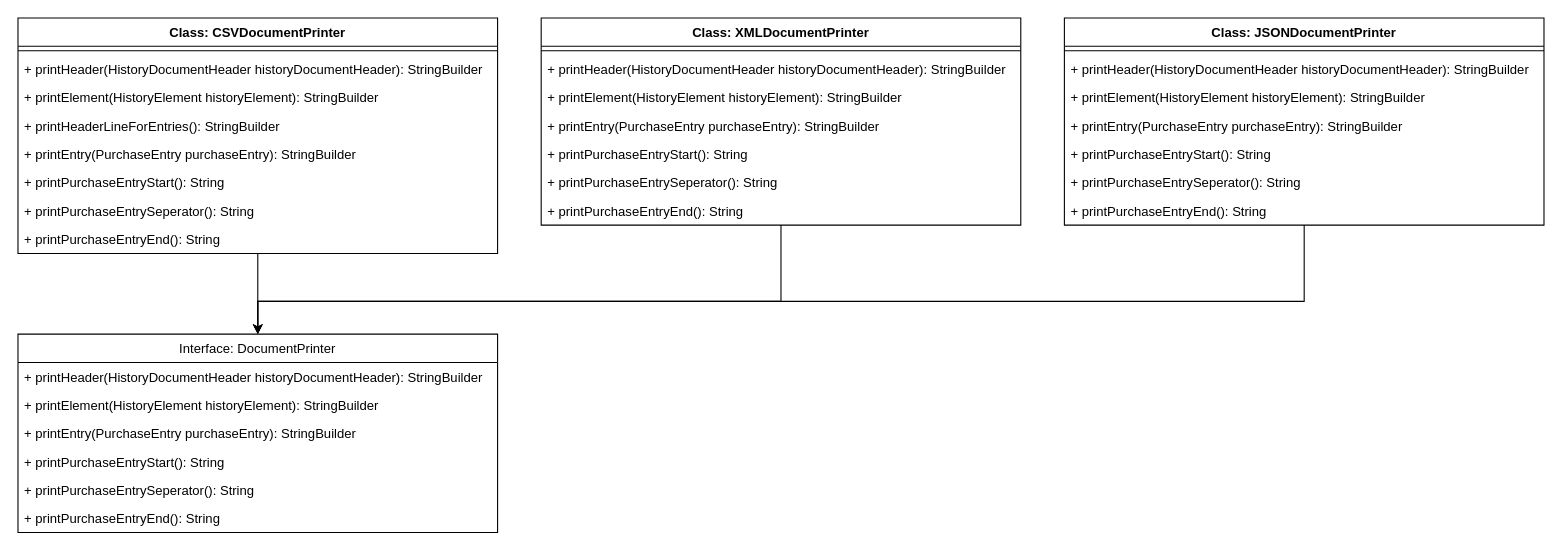
Before: page "OCP-1" (4 of 15) of file/ASE_Diagramme.drawio in Nilsksk/Costtracker, a draw.io diagram. Source tidied: cells renumbered, new cells numbered last; positions are measured from the earlier drawing's top-left corner, leaving out a move shared by most shapes. Both pictures are drawn from the tidied source at 109%, with x=0, y=0 at pixel (17, 17).
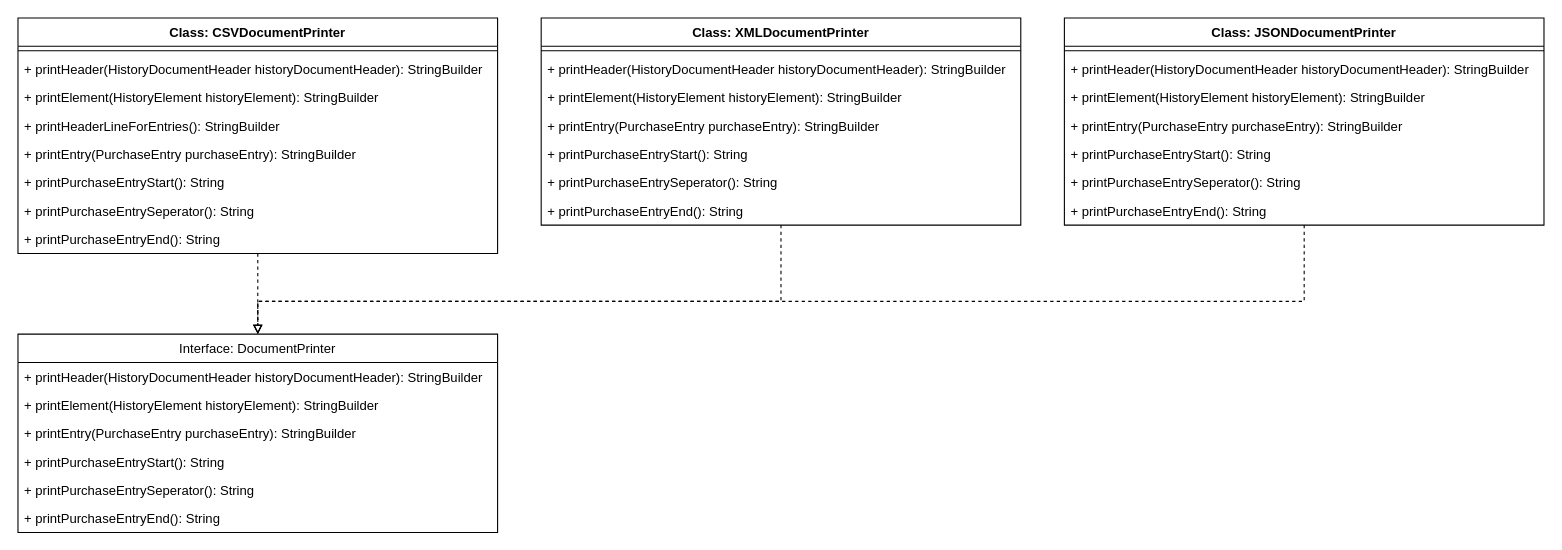
Above is the later version.

The change refers to these unchanged cells:
```xml
<mxCell id="3" value="Class: CSVDocumentPrinter" style="swimlane;fontStyle=1;align=center;verticalAlign=top;horizontal=1;startSize=26;" parent="1" vertex="1">
  <mxGeometry width="440" height="216" as="geometry" />
</mxCell>
<mxCell id="12" value="Interface: DocumentPrinter" style="swimlane;fontStyle=0;horizontal=1;startSize=26;fillColor=none;" parent="1" vertex="1">
  <mxGeometry y="290" width="440" height="182" as="geometry" />
</mxCell>
<mxCell id="20" value="Class: XMLDocumentPrinter" style="swimlane;fontStyle=1;align=center;verticalAlign=top;horizontal=1;startSize=26;" parent="1" vertex="1">
  <mxGeometry x="480" width="440" height="190" as="geometry" />
</mxCell>
<mxCell id="29" value="Class: JSONDocumentPrinter" style="swimlane;fontStyle=1;align=center;verticalAlign=top;horizontal=1;startSize=26;" parent="1" vertex="1">
  <mxGeometry x="960" width="440" height="190" as="geometry" />
</mxCell>
```

The edit, as a diff of the source:
```diff
@@
-    <mxCell id="2" style="edgeStyle=orthogonalEdgeStyle;rounded=0;jettySize=auto;html=1;entryX=0.5;entryY=0;entryDx=0;entryDy=0;" parent="1" edge="1" source="3" target="12">
+    <mxCell id="2" style="edgeStyle=orthogonalEdgeStyle;rounded=0;jettySize=auto;html=1;entryX=0.5;entryY=0;entryDx=0;entryDy=0;endArrow=block;endFill=0;dashed=1;" parent="1" edge="1" source="3" target="12">
       <mxGeometry relative="1" as="geometry" />
     </mxCell>
@@
-    <mxCell id="19" style="edgeStyle=orthogonalEdgeStyle;rounded=0;jettySize=auto;html=1;entryX=0.5;entryY=0;entryDx=0;entryDy=0;" parent="1" edge="1" source="20" target="12">
+    <mxCell id="19" style="edgeStyle=orthogonalEdgeStyle;rounded=0;jettySize=auto;html=1;entryX=0.5;entryY=0;entryDx=0;entryDy=0;dashed=1;endArrow=block;endFill=0;" parent="1" edge="1" source="20" target="12">
       <mxGeometry relative="1" as="geometry">
         <Array as="points">
           <mxPoint x="700" y="260" />
           <mxPoint x="220" y="260" />
         </Array>
       </mxGeometry>
     </mxCell>
@@
-    <mxCell id="28" style="edgeStyle=orthogonalEdgeStyle;rounded=0;jettySize=auto;html=1;entryX=0.5;entryY=0;entryDx=0;entryDy=0;" parent="1" edge="1" source="29" target="12">
+    <mxCell id="28" style="edgeStyle=orthogonalEdgeStyle;rounded=0;jettySize=auto;html=1;entryX=0.5;entryY=0;entryDx=0;entryDy=0;dashed=1;endArrow=block;endFill=0;" parent="1" edge="1" source="29" target="12">
       <mxGeometry relative="1" as="geometry">
         <Array as="points">
           <mxPoint x="1180" y="260" />
           <mxPoint x="220" y="260" />
         </Array>
       </mxGeometry>
     </mxCell>
```
